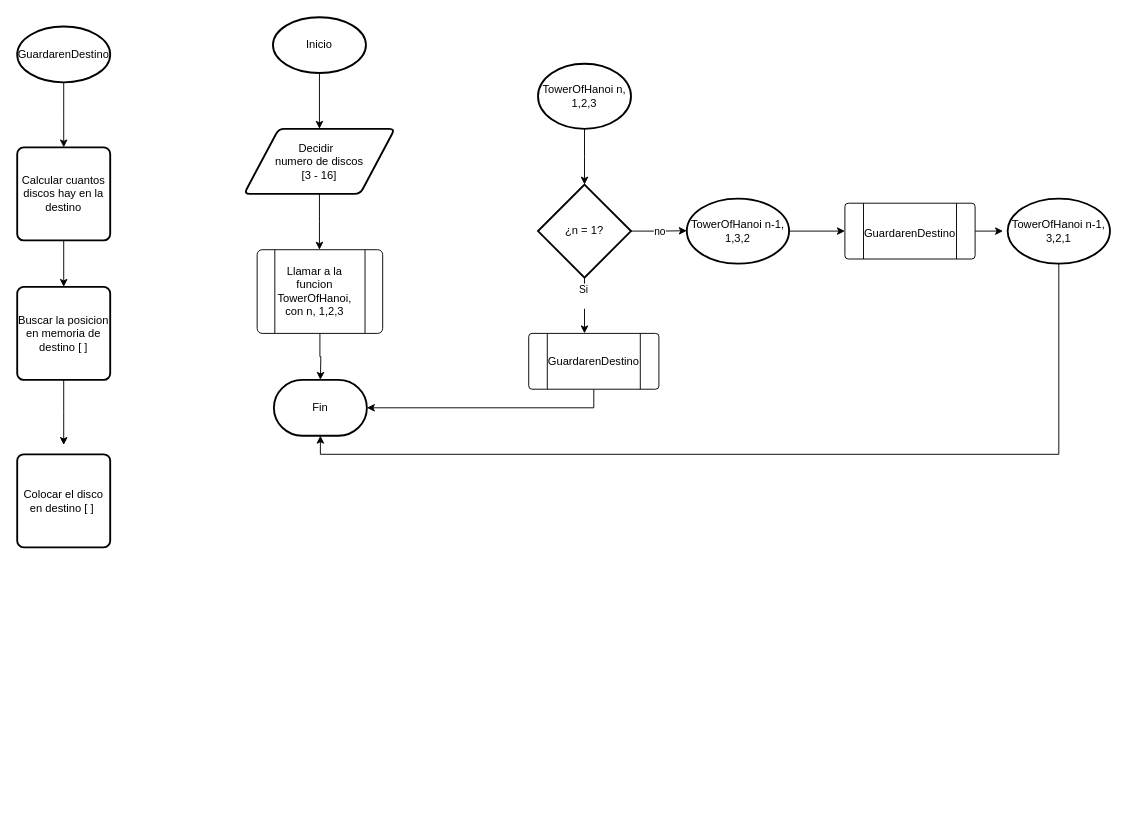
Above: THDF.drawio in AlexToral/TowerOfHanoi (draw.io), before the change. Source tidied: cells renumbered, new cells numbered last; positions are measured from the earlier drawing's top-left corner, leaving out a move shared by most shapes. Both pictures are drawn from the tidied source at 93%, with x=0, y=0 at pixel (17, 17).
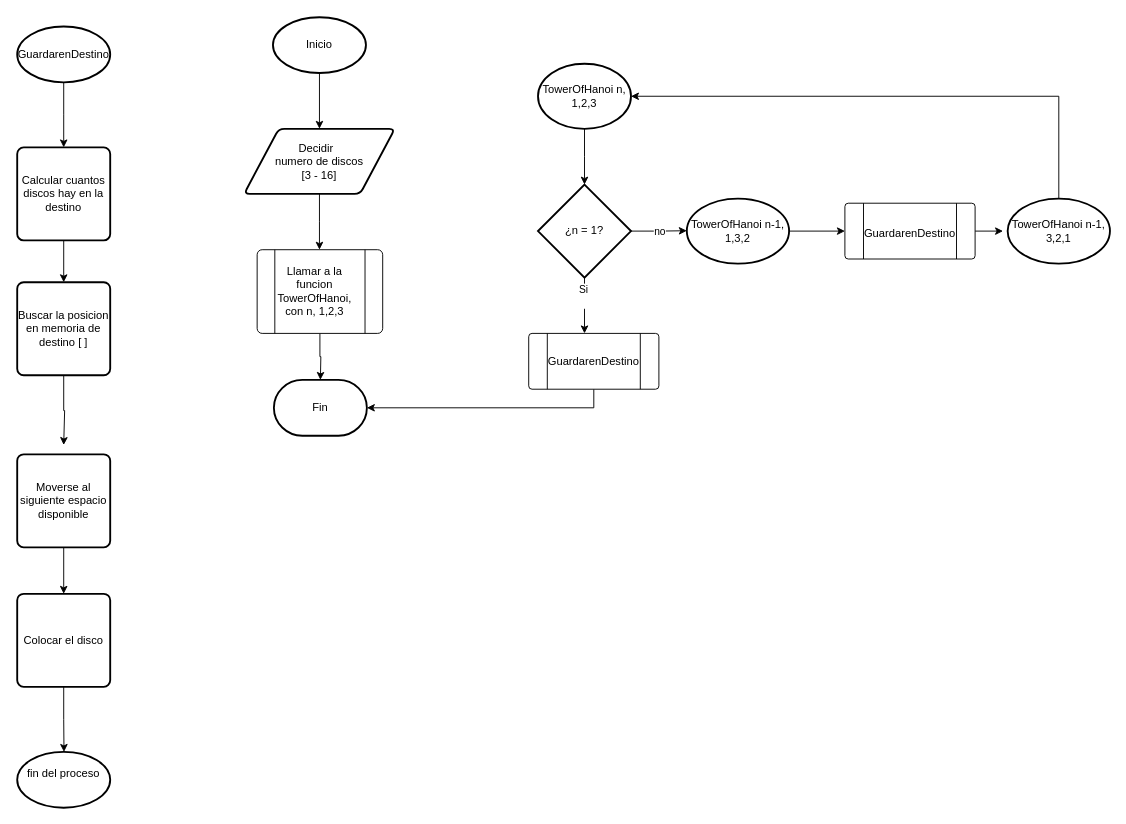
The same diagram, later.

The change refers to these unchanged cells:
```xml
<mxCell id="9" value="Fin" style="strokeWidth=2;html=1;shape=mxgraph.flowchart.terminator;whiteSpace=wrap;" parent="1" vertex="1">
  <mxGeometry x="276" y="390" width="100" height="60" as="geometry" />
</mxCell>
<mxCell id="11" value="TowerOfHanoi n, 1,2,3" style="strokeWidth=2;html=1;shape=mxgraph.flowchart.start_2;whiteSpace=wrap;" parent="1" vertex="1">
  <mxGeometry x="560" y="50" width="100" height="70" as="geometry" />
</mxCell>
<mxCell id="32" value="TowerOfHanoi n-1, 3,2,1" style="strokeWidth=2;html=1;shape=mxgraph.flowchart.start_2;whiteSpace=wrap;" parent="1" vertex="1">
  <mxGeometry x="1065" y="195" width="110" height="70" as="geometry" />
</mxCell>
```

What changed in the source:
```diff
@@
     <mxCell id="22" style="edgeStyle=orthogonalEdgeStyle;rounded=0;jettySize=auto;html=1;exitX=0.5;exitY=1;exitDx=0;exitDy=0;" parent="1" edge="1" source="23">
       <mxGeometry relative="1" as="geometry">
         <mxPoint x="50" y="460" as="targetPoint" />
+        <Array as="points">
+          <mxPoint x="50" y="423" />
+          <mxPoint x="51" y="460" />
+        </Array>
       </mxGeometry>
     </mxCell>
     <mxCell id="23" value="Buscar la posicion en memoria de destino [ ]" style="rounded=1;whiteSpace=wrap;html=1;absoluteArcSize=1;arcSize=14;strokeWidth=2;" parent="1" vertex="1">
-      <mxGeometry y="290" width="100" height="100" as="geometry" />
+      <mxGeometry y="285" width="100" height="100" as="geometry" />
     </mxCell>
+    <mxCell id="34" style="edgeStyle=orthogonalEdgeStyle;rounded=0;jettySize=auto;html=1;exitX=0.5;exitY=1;exitDx=0;exitDy=0;" parent="1" edge="1" source="24" target="37">
+      <mxGeometry relative="1" as="geometry" />
+    </mxCell>
-    <mxCell id="24" value="Colocar el disco en destino [ ]&amp;nbsp;" style="rounded=1;whiteSpace=wrap;html=1;absoluteArcSize=1;arcSize=14;strokeWidth=2;" parent="1" vertex="1">
+    <mxCell id="24" value="Moverse al siguiente espacio disponible" style="rounded=1;whiteSpace=wrap;html=1;absoluteArcSize=1;arcSize=14;strokeWidth=2;" parent="1" vertex="1">
       <mxGeometry y="470" width="100" height="100" as="geometry" />
     </mxCell>
@@
-    <mxCell id="33" style="edgeStyle=orthogonalEdgeStyle;rounded=0;jettySize=auto;html=1;exitX=0.5;exitY=1;exitDx=0;exitDy=0;exitPerimeter=0;entryX=0.5;entryY=1;entryDx=0;entryDy=0;entryPerimeter=0;" parent="1" edge="1" source="32" target="9">
-      <mxGeometry relative="1" as="geometry" />
-    </mxCell>
+    <mxCell id="35" style="edgeStyle=orthogonalEdgeStyle;rounded=0;jettySize=auto;html=1;exitX=0.5;exitY=0;exitDx=0;exitDy=0;exitPerimeter=0;entryX=1;entryY=0.5;entryDx=0;entryDy=0;entryPerimeter=0;" parent="1" edge="1" source="32" target="11">
+      <mxGeometry relative="1" as="geometry" />
+    </mxCell>
+    <mxCell id="36" style="edgeStyle=orthogonalEdgeStyle;rounded=0;jettySize=auto;html=1;exitX=0.5;exitY=1;exitDx=0;exitDy=0;" parent="1" edge="1" source="37">
+      <mxGeometry relative="1" as="geometry">
+        <mxPoint x="50.3" y="790" as="targetPoint" />
+      </mxGeometry>
+    </mxCell>
+    <mxCell id="37" value="Colocar el disco" style="rounded=1;whiteSpace=wrap;html=1;absoluteArcSize=1;arcSize=14;strokeWidth=2;" parent="1" vertex="1">
+      <mxGeometry y="620" width="100" height="100" as="geometry" />
+    </mxCell>
+    <mxCell id="38" value="fin del proceso&lt;div&gt;&lt;br&gt;&lt;/div&gt;" style="strokeWidth=2;html=1;shape=mxgraph.flowchart.start_1;whiteSpace=wrap;" parent="1" vertex="1">
+      <mxGeometry y="790" width="100" height="60" as="geometry" />
+    </mxCell>
```
